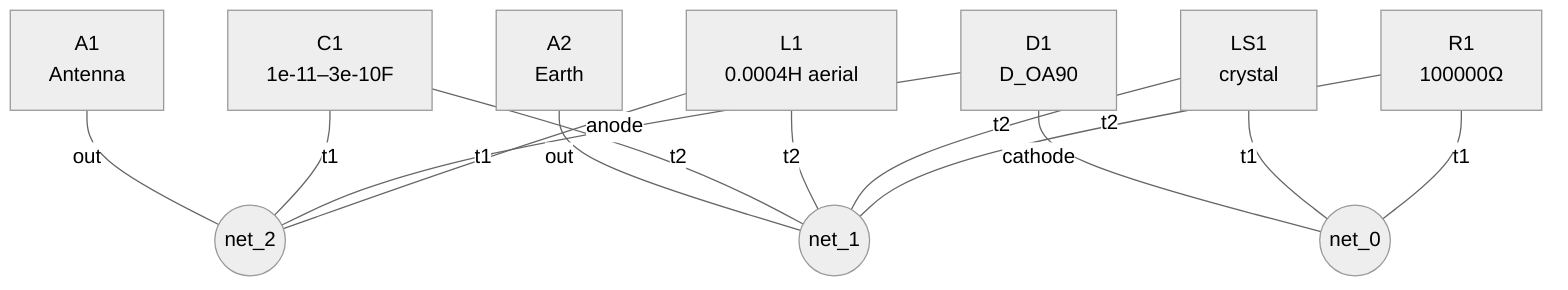
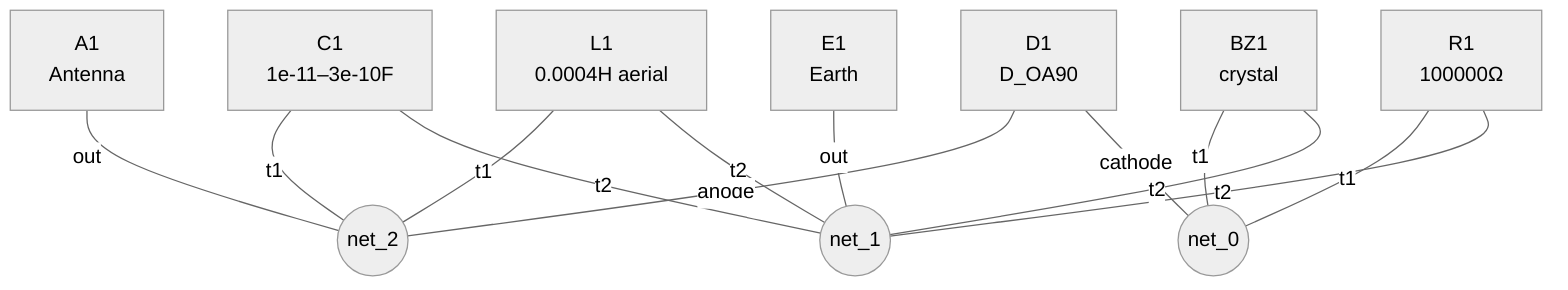
%%{init: {"theme": "neutral"}}%%
flowchart TD
    A1["A1<br/>Antenna"]
-     A2["A2<br/>Earth"]
+     E1["E1<br/>Earth"]
    L1["L1<br/>0.0004H aerial"]
    C1["C1<br/>1e-11–3e-10F"]
    D1["D1<br/>D_OA90"]
    R1["R1<br/>100000Ω"]
-     LS1["LS1<br/>crystal"]
+     BZ1["BZ1<br/>crystal"]
    net_2(("net_2"))
+     net_0(("net_0"))
    net_1(("net_1"))
-     net_0(("net_0"))
    A1 ---|"out"| net_2
-     A2 ---|"out"| net_1
+     BZ1 ---|"t1"| net_0
+     BZ1 ---|"t2"| net_1
    C1 ---|"t1"| net_2
    C1 ---|"t2"| net_1
    D1 ---|"anode"| net_2
    D1 ---|"cathode"| net_0
+     E1 ---|"out"| net_1
    L1 ---|"t1"| net_2
    L1 ---|"t2"| net_1
-     LS1 ---|"t1"| net_0
-     LS1 ---|"t2"| net_1
    R1 ---|"t1"| net_0
    R1 ---|"t2"| net_1
